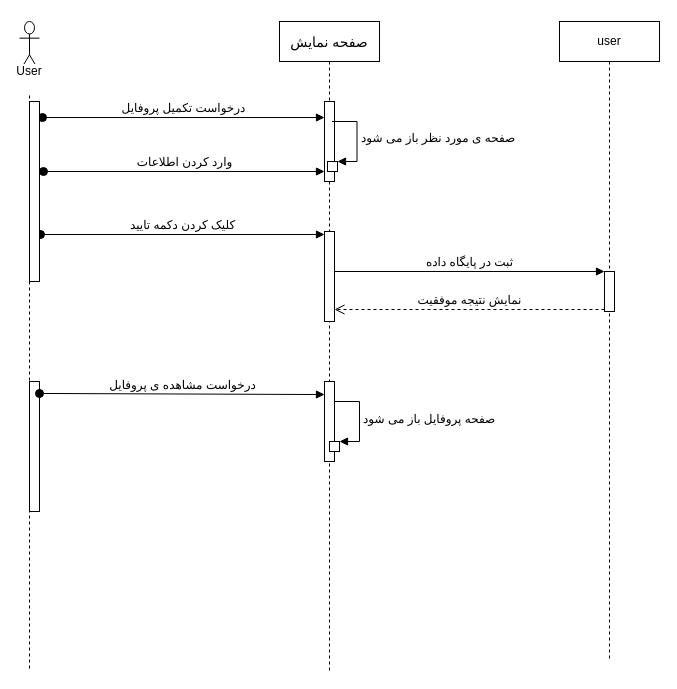
Before: Docs./SeqDiagram-ManageProfile.drawio in ShadiMe-flutter/Workout, a draw.io diagram. Source tidied: cells renumbered, new cells numbered last; positions are measured from the earlier drawing's top-left corner, leaving out a move shared by most shapes. Both pictures are drawn from the tidied source at 100%, with x=0, y=0 at pixel (19, 21).
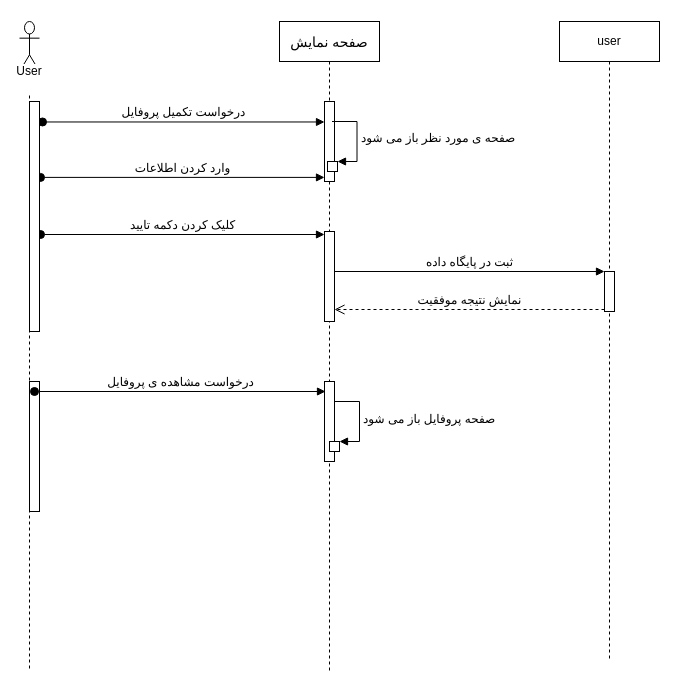
After the change.

The change refers to these unchanged cells:
```xml
<mxCell id="3" style="html=1;points=[];perimeter=orthogonalPerimeter;" parent="2" vertex="1">
  <mxGeometry x="10" y="360" width="10" height="130" as="geometry" />
</mxCell>
<mxCell id="5" style="html=1;points=[];perimeter=orthogonalPerimeter;" parent="4" vertex="1">
  <mxGeometry x="45" y="80" width="10" height="80" as="geometry" />
</mxCell>
<mxCell id="8" style="html=1;points=[];perimeter=orthogonalPerimeter;" parent="4" vertex="1">
  <mxGeometry x="45" y="360" width="10" height="80" as="geometry" />
</mxCell>
```

What changed in the source:
```diff
@@
-    <mxCell id="13" value="&lt;font style=&quot;font-size: 12px&quot;&gt;وارد کردن اطلاعات&lt;/font&gt;" style="html=1;verticalAlign=bottom;startArrow=oval;startFill=1;endArrow=block;startSize=8;exitX=1.4;exitY=0.389;exitDx=0;exitDy=0;exitPerimeter=0;" parent="1" edge="1" source="20" target="5">
+    <mxCell id="13" value="&lt;font style=&quot;font-size: 12px&quot;&gt;وارد کردن اطلاعات&lt;/font&gt;" style="html=1;verticalAlign=bottom;startArrow=oval;startFill=1;endArrow=block;startSize=8;exitX=1.1;exitY=0.33;exitDx=0;exitDy=0;exitPerimeter=0;" parent="1" edge="1" source="20" target="5">
       <mxGeometry relative="1" as="geometry" />
     </mxCell>
@@
-    <mxCell id="17" value="&lt;font style=&quot;font-size: 12px&quot;&gt;درخواست مشاهده ی پروفایل&lt;/font&gt;" style="html=1;verticalAlign=bottom;startArrow=oval;endArrow=block;startSize=8;exitX=1;exitY=0.092;exitDx=0;exitDy=0;exitPerimeter=0;entryX=0;entryY=0.163;entryDx=0;entryDy=0;entryPerimeter=0;" parent="1" edge="1" source="3" target="8">
-      <mxGeometry relative="1" as="geometry" />
+    <mxCell id="17" value="&lt;font style=&quot;font-size: 12px&quot;&gt;درخواست مشاهده ی پروفایل&lt;/font&gt;" style="html=1;verticalAlign=bottom;startArrow=oval;endArrow=block;startSize=8;entryX=0.1;entryY=0.125;entryDx=0;entryDy=0;entryPerimeter=0;" parent="1" edge="1" target="8">
+      <mxGeometry relative="1" as="geometry">
+        <mxPoint x="15" y="370" as="sourcePoint" />
+      </mxGeometry>
     </mxCell>
@@
     <mxCell id="20" style="html=1;points=[];perimeter=orthogonalPerimeter;" parent="1" vertex="1">
-      <mxGeometry x="10" y="80" width="10" height="180" as="geometry" />
+      <mxGeometry x="10" y="80" width="10" height="230" as="geometry" />
     </mxCell>
```
